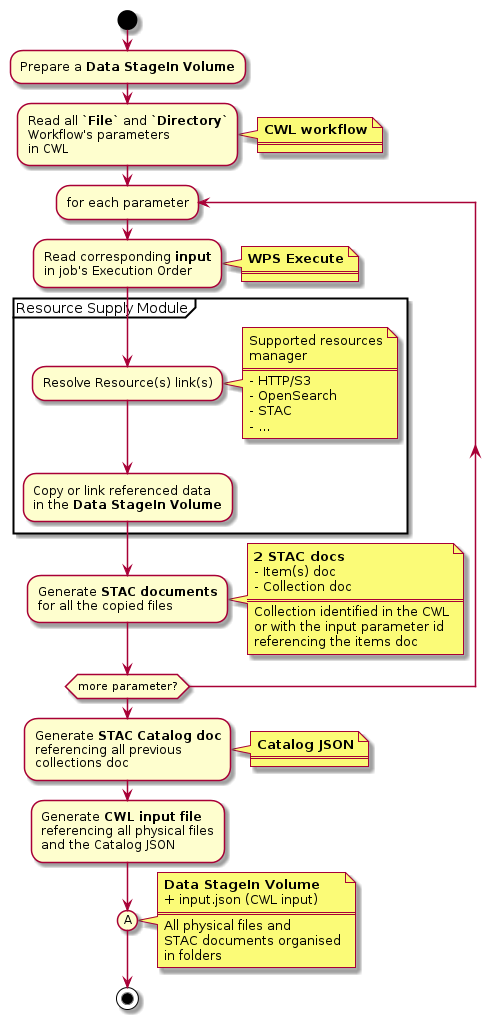
Above: develop/images/datastagein.png in EOEPCA/proc-ades (PlantUML), before the change. The source it was exported from:
```plantuml
@startuml Data Stage In Activity Diagram

start

:Prepare a **Data StageIn Volume**;
:Read all **`File`** and **`Directory`**\nWorkflow's parameters\nin CWL;
note right
    **CWL workflow**
    ====
end note
repeat :for each parameter;
:Read corresponding **input**\nin job's Execution Order;
note right
    **WPS Execute**
    ====
end note
partition "Resource Supply Module" {
    :Resolve Resource(s) link(s);
    note right
        Supported resources
        manager
        ====
        - HTTP/S3
        - OpenSearch
        - STAC
        - ...
    end note
    :Copy or link referenced data\nin the **Data StageIn Volume**;
}
:Generate **STAC documents**\nfor all the copied files;
note right
    **2 STAC docs**
    - Item(s) doc
    - Collection doc
    ====
    Collection identified in the CWL
    or with the input parameter id
    referencing the items doc
end note
repeat while (more parameter?)

:Generate **STAC Catalog doc**\nreferencing all previous\ncollections doc;
note right
    **Catalog JSON**
    ====
end note
:Generate **CWL input file**\nreferencing all physical files\nand the Catalog JSON;

(A)
note right
    **Data StageIn Volume**
    + input.json (CWL input)
    ====
    All physical files and
    STAC documents organised
    in folders
end note

stop

@enduml
```
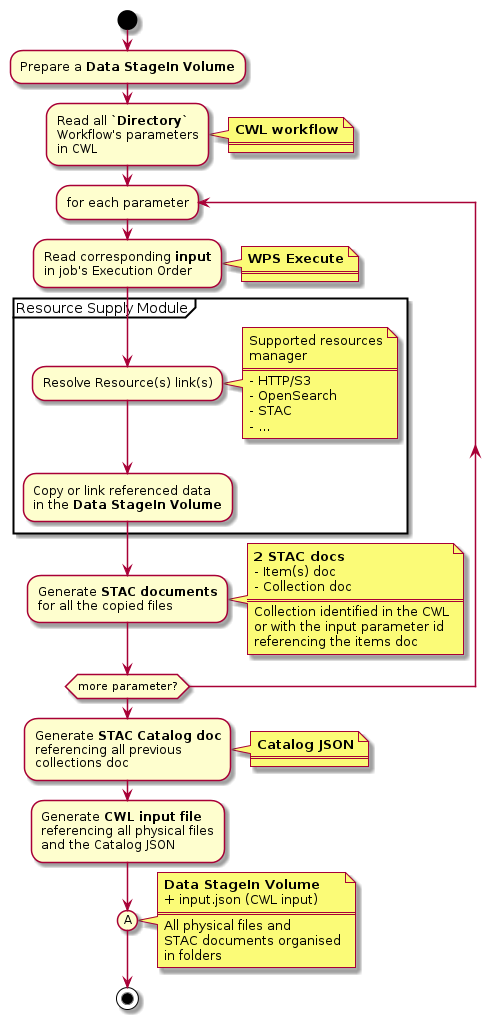
The same file after the commit.

The edit, as a diff of the source:
```diff
@@ -3,7 +3,7 @@
 start
 
 :Prepare a **Data StageIn Volume**;
-:Read all **`File`** and **`Directory`**\nWorkflow's parameters\nin CWL;
+:Read all **`Directory`**\nWorkflow's parameters\nin CWL;
 note right
     **CWL workflow**
     ====
```
